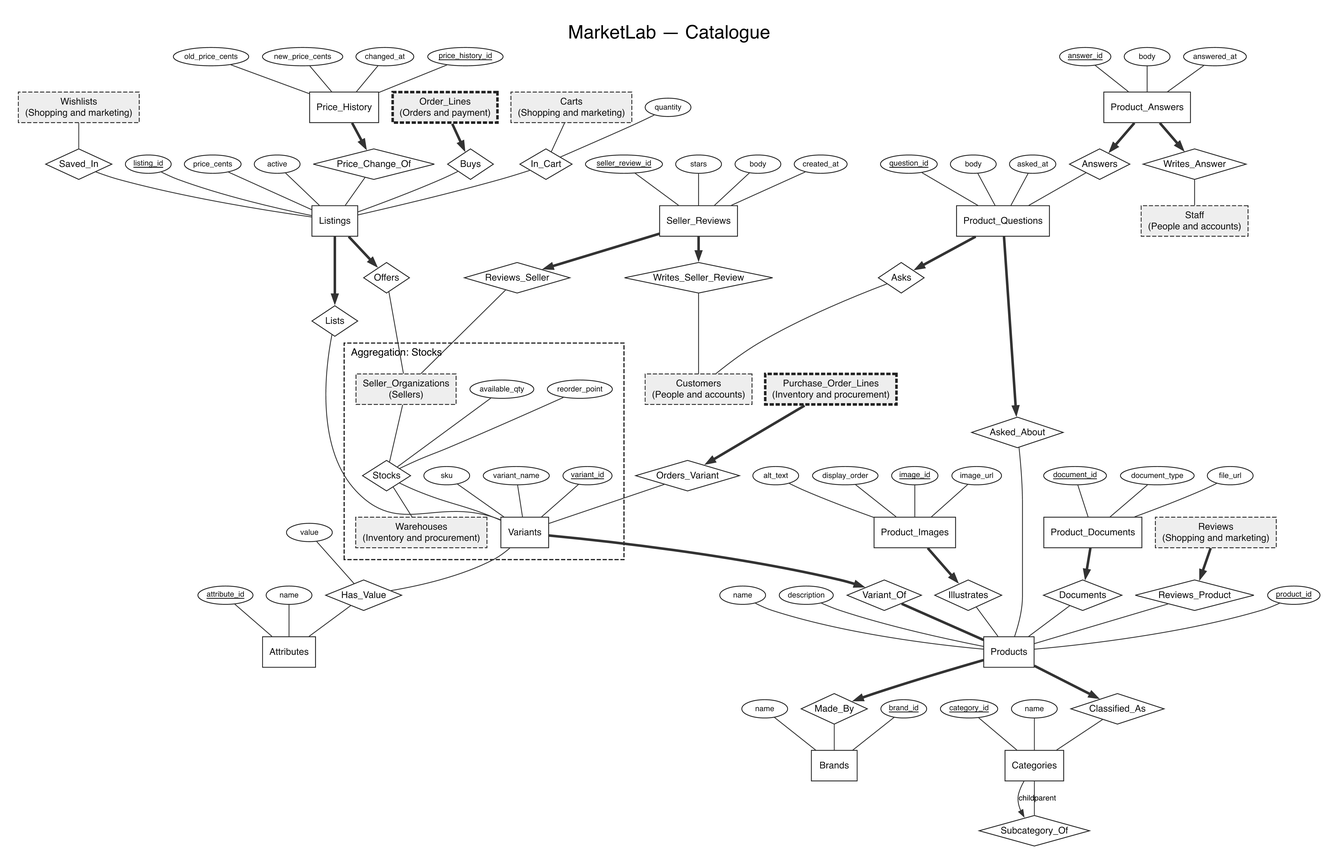
The Graphviz diagram docs/er/area-catalogue.png in Barlassen/CS_202_Project, before a commit. Its source is kept beside it as docs/er/area-catalogue.dot.
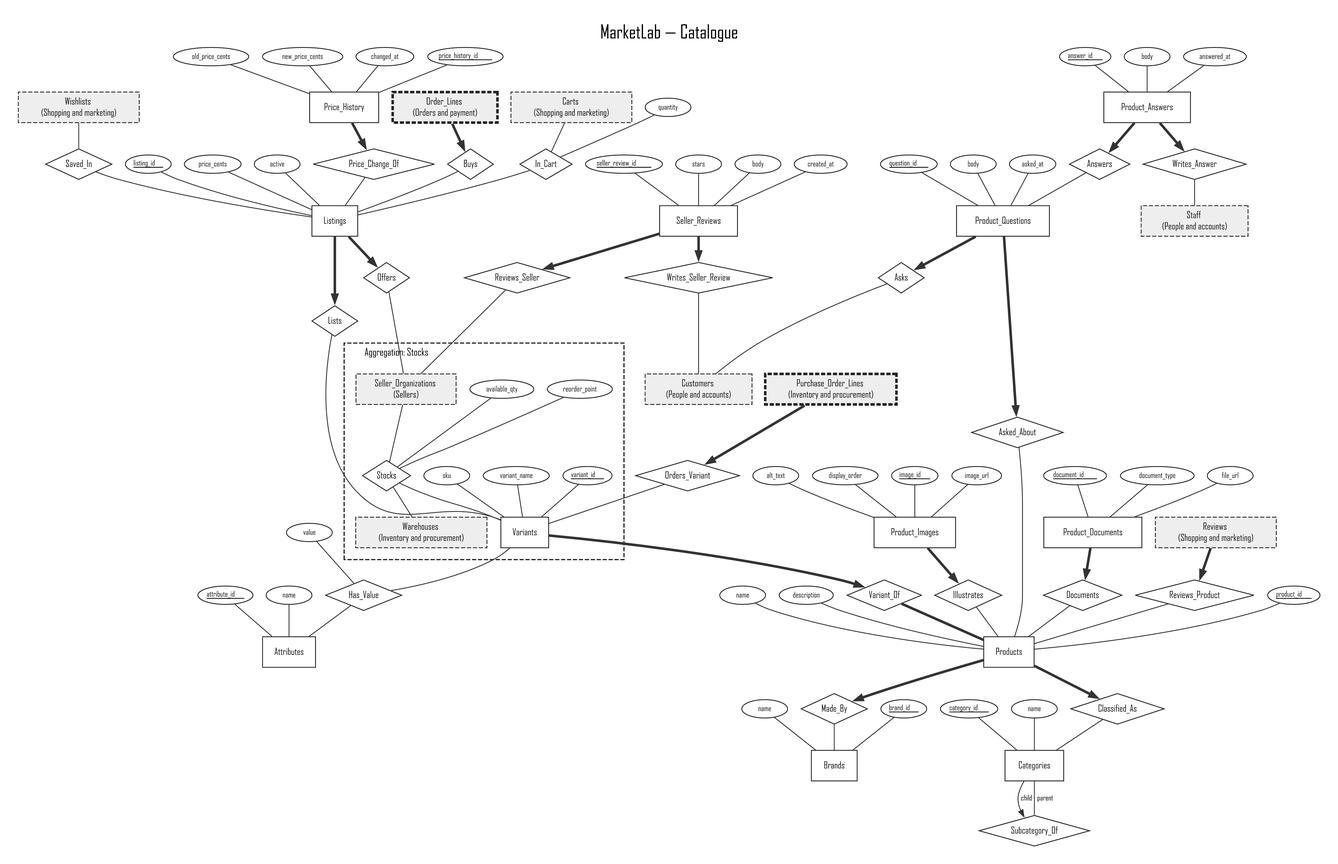
The same diagram one commit later.

What changed in the source:
```diff
@@ -105,14 +105,14 @@
 A__variants__variant_name -> E_variants [dir=none];
 E_warehouses [shape=box, style="filled,dashed", fillcolor="#eeeeee", penwidth=1, label="Warehouses
 (Inventory and procurement)"];
-R98 [shape=diamond, penwidth=1, margin="0.02,0.02", label="Stocks"];
-RA98__available_qty [shape=ellipse, fontsize=9, margin="0.04,0.02", height=0.3, label="available_qty"];
-RA98__available_qty -> R98 [dir=none];
-RA98__reorder_point [shape=ellipse, fontsize=9, margin="0.04,0.02", height=0.3, label="reorder_point"];
-RA98__reorder_point -> R98 [dir=none];
-E_seller_organizations -> R98 [dir=none];
-R98 -> E_variants [dir=none];
-R98 -> E_warehouses [dir=none];
+R94 [shape=diamond, penwidth=1, margin="0.02,0.02", label="Stocks"];
+RA94__available_qty [shape=ellipse, fontsize=9, margin="0.04,0.02", height=0.3, label="available_qty"];
+RA94__available_qty -> R94 [dir=none];
+RA94__reorder_point [shape=ellipse, fontsize=9, margin="0.04,0.02", height=0.3, label="reorder_point"];
+RA94__reorder_point -> R94 [dir=none];
+E_seller_organizations -> R94 [dir=none];
+R94 -> E_variants [dir=none];
+R94 -> E_warehouses [dir=none];
 }
 R18 [shape=diamond, penwidth=1, margin="0.02,0.02", label="Subcategory_Of"];
 E_categories -> R18 [dir=forward, arrowhead=normal, label="child"];
@@ -165,20 +165,20 @@
 R50 [shape=diamond, penwidth=1, margin="0.02,0.02", label="Orders_Variant"];
 E_purchase_order_lines -> R50 [dir=forward, arrowhead=normal, penwidth=3];
 R50 -> E_variants [dir=none];
-R60 [shape=diamond, penwidth=1, margin="0.02,0.02", label="Buys"];
-E_order_lines -> R60 [dir=forward, arrowhead=normal, penwidth=3];
-R60 -> E_listings [dir=none];
-R93 [shape=diamond, penwidth=1, margin="0.02,0.02", label="Has_Value"];
-RA93__value [shape=ellipse, fontsize=9, margin="0.04,0.02", height=0.3, label="value"];
-RA93__value -> R93 [dir=none];
-E_variants -> R93 [dir=none];
-R93 -> E_attributes [dir=none];
-R94 [shape=diamond, penwidth=1, margin="0.02,0.02", label="In_Cart"];
-RA94__quantity [shape=ellipse, fontsize=9, margin="0.04,0.02", height=0.3, label="quantity"];
-RA94__quantity -> R94 [dir=none];
-E_carts -> R94 [dir=none];
-R94 -> E_listings [dir=none];
-R95 [shape=diamond, penwidth=1, margin="0.02,0.02", label="Saved_In"];
-E_wishlists -> R95 [dir=none];
-R95 -> E_listings [dir=none];
+R58 [shape=diamond, penwidth=1, margin="0.02,0.02", label="Buys"];
+E_order_lines -> R58 [dir=forward, arrowhead=normal, penwidth=3];
+R58 -> E_listings [dir=none];
+R89 [shape=diamond, penwidth=1, margin="0.02,0.02", label="Has_Value"];
+RA89__value [shape=ellipse, fontsize=9, margin="0.04,0.02", height=0.3, label="value"];
+RA89__value -> R89 [dir=none];
+E_variants -> R89 [dir=none];
+R89 -> E_attributes [dir=none];
+R90 [shape=diamond, penwidth=1, margin="0.02,0.02", label="In_Cart"];
+RA90__quantity [shape=ellipse, fontsize=9, margin="0.04,0.02", height=0.3, label="quantity"];
+RA90__quantity -> R90 [dir=none];
+E_carts -> R90 [dir=none];
+R90 -> E_listings [dir=none];
+R91 [shape=diamond, penwidth=1, margin="0.02,0.02", label="Saved_In"];
+E_wishlists -> R91 [dir=none];
+R91 -> E_listings [dir=none];
 }
```
